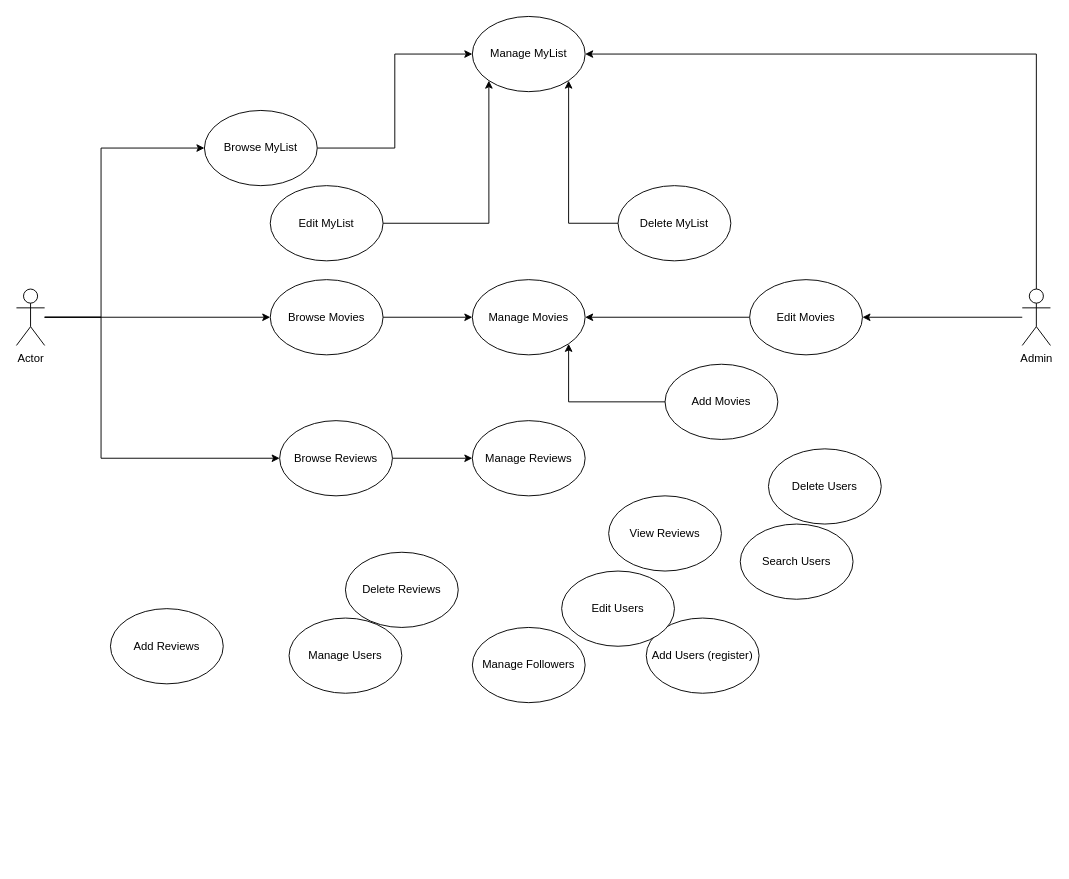
This is MovieList UCD.drawio from randyisalive/MovieList-FinalProject, a draw.io file, before an edit. Source tidied: cells renumbered, new cells numbered last; positions are measured from the earlier drawing's top-left corner, leaving out a move shared by most shapes. Both pictures are drawn from the tidied source at 94%, with x=0, y=0 at pixel (16, 16).
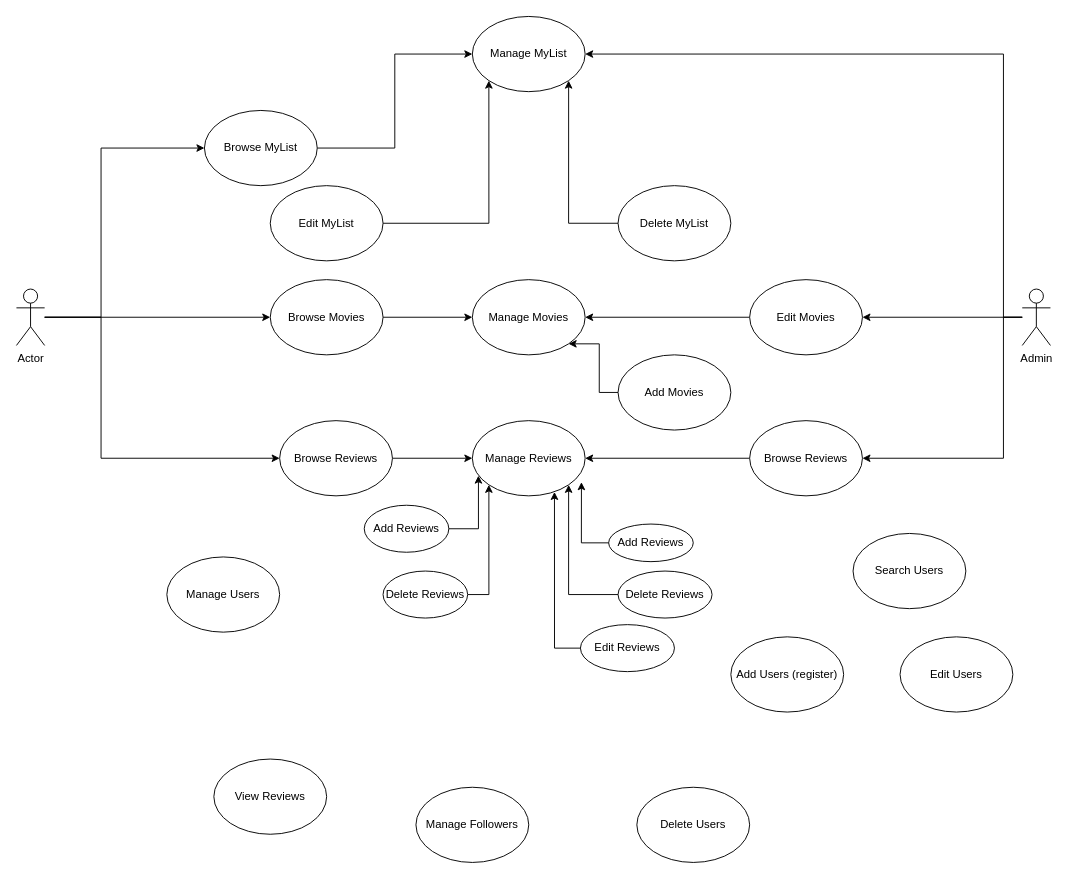
After the change.

The change refers to these unchanged cells:
```xml
<mxCell id="8" value="Admin" style="shape=umlActor;verticalLabelPosition=bottom;verticalAlign=top;html=1;outlineConnect=0;" parent="1" vertex="1">
  <mxGeometry x="1070" y="290" width="30" height="60" as="geometry" />
</mxCell>
<mxCell id="11" value="Manage MyList" style="ellipse;whiteSpace=wrap;html=1;" parent="1" vertex="1">
  <mxGeometry x="485" width="120" height="80" as="geometry" />
</mxCell>
<mxCell id="12" value="Manage Reviews" style="ellipse;whiteSpace=wrap;html=1;" parent="1" vertex="1">
  <mxGeometry x="485" y="430" width="120" height="80" as="geometry" />
</mxCell>
```

Diff of the diagram source:
```diff
@@
     <mxCell id="6" style="edgeStyle=orthogonalEdgeStyle;rounded=0;jettySize=auto;html=1;entryX=1;entryY=0.5;entryDx=0;entryDy=0;" parent="1" edge="1" source="8" target="11">
       <mxGeometry relative="1" as="geometry">
         <Array as="points">
-          <mxPoint x="1085" y="40" />
+          <mxPoint x="1050" y="320" />
+          <mxPoint x="1050" y="40" />
         </Array>
       </mxGeometry>
     </mxCell>
@@
+    <mxCell id="35" style="edgeStyle=orthogonalEdgeStyle;rounded=0;jettySize=auto;html=1;entryX=1;entryY=0.5;entryDx=0;entryDy=0;" parent="1" edge="1" source="8" target="38">
+      <mxGeometry relative="1" as="geometry">
+        <Array as="points">
+          <mxPoint x="1050" y="320" />
+          <mxPoint x="1050" y="470" />
+        </Array>
+      </mxGeometry>
+    </mxCell>
@@
     <mxCell id="10" value="Manage Users" style="ellipse;whiteSpace=wrap;html=1;" parent="1" vertex="1">
-      <mxGeometry x="290" y="640" width="120" height="80" as="geometry" />
+      <mxGeometry x="160" y="575" width="120" height="80" as="geometry" />
     </mxCell>
@@
     <mxCell id="13" value="Add Reviews" style="ellipse;whiteSpace=wrap;html=1;" parent="1" vertex="1">
-      <mxGeometry x="100" y="630" width="120" height="80" as="geometry" />
+      <mxGeometry x="370" y="520" width="90" height="50" as="geometry" />
     </mxCell>
+    <mxCell id="36" style="edgeStyle=orthogonalEdgeStyle;rounded=0;jettySize=auto;html=1;entryX=0;entryY=1;entryDx=0;entryDy=0;" parent="1" edge="1" source="14" target="12">
+      <mxGeometry relative="1" as="geometry" />
+    </mxCell>
     <mxCell id="14" value="Delete Reviews" style="ellipse;whiteSpace=wrap;html=1;" parent="1" vertex="1">
-      <mxGeometry x="350" y="570" width="120" height="80" as="geometry" />
+      <mxGeometry x="390" y="590" width="90" height="50" as="geometry" />
     </mxCell>
     <mxCell id="15" value="View Reviews" style="ellipse;whiteSpace=wrap;html=1;" parent="1" vertex="1">
-      <mxGeometry x="630" y="510" width="120" height="80" as="geometry" />
+      <mxGeometry x="210" y="790" width="120" height="80" as="geometry" />
     </mxCell>
@@
     <mxCell id="18" value="Add Users (register)" style="ellipse;whiteSpace=wrap;html=1;" parent="1" vertex="1">
-      <mxGeometry x="670" y="640" width="120" height="80" as="geometry" />
+      <mxGeometry x="760" y="660" width="120" height="80" as="geometry" />
     </mxCell>
     <mxCell id="19" value="Edit Users" style="ellipse;whiteSpace=wrap;html=1;" parent="1" vertex="1">
-      <mxGeometry x="580" y="590" width="120" height="80" as="geometry" />
+      <mxGeometry x="940" y="660" width="120" height="80" as="geometry" />
     </mxCell>
     <mxCell id="20" value="Delete Users" style="ellipse;whiteSpace=wrap;html=1;" parent="1" vertex="1">
-      <mxGeometry x="800" y="460" width="120" height="80" as="geometry" />
+      <mxGeometry x="660" y="820" width="120" height="80" as="geometry" />
     </mxCell>
     <mxCell id="21" value="Search Users" style="ellipse;whiteSpace=wrap;html=1;" parent="1" vertex="1">
-      <mxGeometry x="770" y="540" width="120" height="80" as="geometry" />
+      <mxGeometry x="890" y="550" width="120" height="80" as="geometry" />
     </mxCell>
     <mxCell id="22" value="Manage Followers" style="ellipse;whiteSpace=wrap;html=1;" parent="1" vertex="1">
-      <mxGeometry x="485" y="650" width="120" height="80" as="geometry" />
+      <mxGeometry x="425" y="820" width="120" height="80" as="geometry" />
     </mxCell>
@@
     <mxCell id="32" value="Add Movies" style="ellipse;whiteSpace=wrap;html=1;" parent="1" vertex="1">
-      <mxGeometry x="690" y="370" width="120" height="80" as="geometry" />
+      <mxGeometry x="640" y="360" width="120" height="80" as="geometry" />
     </mxCell>
@@
+    <mxCell id="37" style="edgeStyle=orthogonalEdgeStyle;rounded=0;jettySize=auto;html=1;entryX=1;entryY=0.5;entryDx=0;entryDy=0;" parent="1" edge="1" source="38" target="12">
+      <mxGeometry relative="1" as="geometry" />
+    </mxCell>
+    <mxCell id="38" value="Browse Reviews" style="ellipse;whiteSpace=wrap;html=1;" parent="1" vertex="1">
+      <mxGeometry x="780" y="430" width="120" height="80" as="geometry" />
+    </mxCell>
+    <mxCell id="39" value="Delete Reviews" style="ellipse;whiteSpace=wrap;html=1;" parent="1" vertex="1">
+      <mxGeometry x="640" y="590" width="100" height="50" as="geometry" />
+    </mxCell>
+    <mxCell id="40" style="edgeStyle=orthogonalEdgeStyle;rounded=0;jettySize=auto;html=1;entryX=1;entryY=1;entryDx=0;entryDy=0;" parent="1" edge="1" source="39" target="12">
+      <mxGeometry relative="1" as="geometry" />
+    </mxCell>
+    <mxCell id="41" style="edgeStyle=orthogonalEdgeStyle;rounded=0;jettySize=auto;html=1;entryX=0.054;entryY=0.731;entryDx=0;entryDy=0;entryPerimeter=0;" parent="1" edge="1" source="13" target="12">
+      <mxGeometry relative="1" as="geometry" />
+    </mxCell>
+    <mxCell id="42" value="Add Reviews" style="ellipse;whiteSpace=wrap;html=1;" parent="1" vertex="1">
+      <mxGeometry x="630" y="540" width="90" height="40" as="geometry" />
+    </mxCell>
+    <mxCell id="43" style="edgeStyle=orthogonalEdgeStyle;rounded=0;jettySize=auto;html=1;entryX=0.967;entryY=0.818;entryDx=0;entryDy=0;entryPerimeter=0;" parent="1" edge="1" source="42" target="12">
+      <mxGeometry relative="1" as="geometry" />
+    </mxCell>
+    <mxCell id="44" value="Edit Reviews" style="ellipse;whiteSpace=wrap;html=1;" parent="1" vertex="1">
+      <mxGeometry x="600" y="647" width="100" height="50" as="geometry" />
+    </mxCell>
+    <mxCell id="45" style="edgeStyle=orthogonalEdgeStyle;rounded=0;jettySize=auto;html=1;entryX=0.728;entryY=0.948;entryDx=0;entryDy=0;entryPerimeter=0;" parent="1" edge="1" source="44" target="12">
+      <mxGeometry relative="1" as="geometry">
+        <Array as="points">
+          <mxPoint x="572" y="672" />
+        </Array>
+      </mxGeometry>
+    </mxCell>
```
